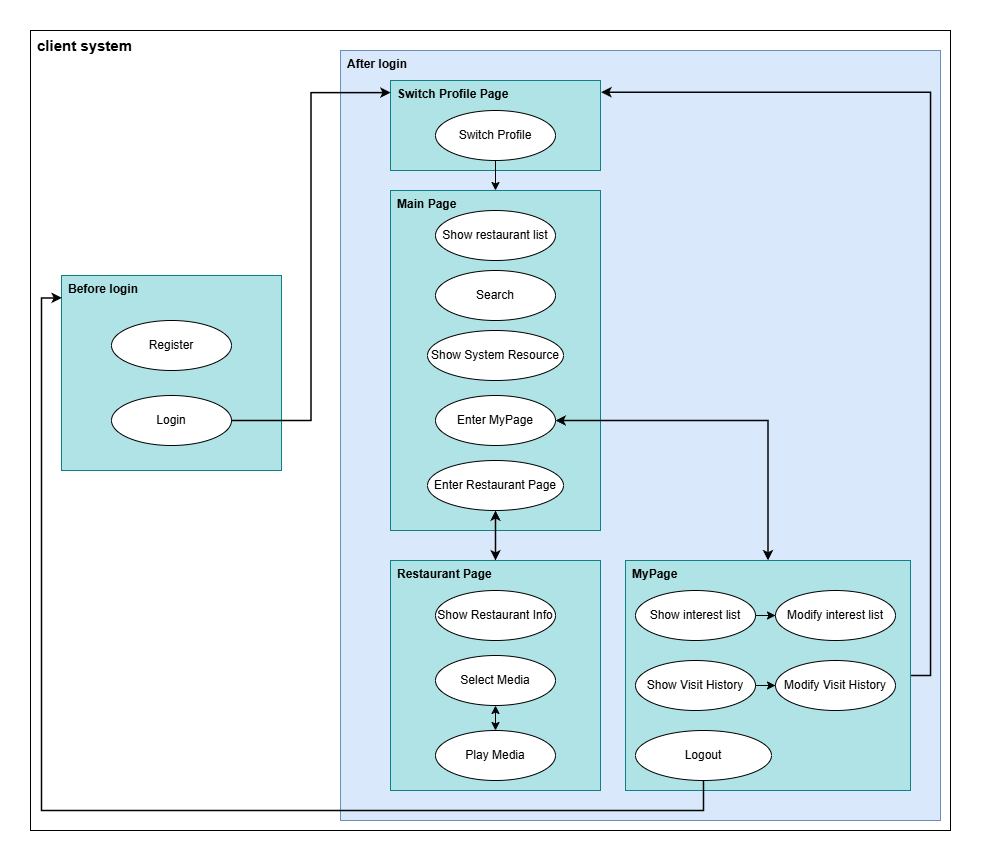
Before: docs/resource/state_diagram.png, a diagram exported from draw.io (KangNaewon/connected-platform). Source tidied: cells renumbered, new cells last; positions are measured from the earlier drawing's top-left corner, leaving out a move shared by most shapes. The source it was exported from:
```xml
<mxGraphModel>
  <root>
    <mxCell id="0" />
    <mxCell id="1" parent="0" />
    <mxCell id="2" value="client system" style="rounded=0;whiteSpace=wrap;html=1;align=left;verticalAlign=top;fontStyle=1;fontSize=15;spacingLeft=5;" parent="1" vertex="1">
      <mxGeometry width="920" height="800" as="geometry" />
    </mxCell>
    <mxCell id="3" value="Before login" style="rounded=0;whiteSpace=wrap;html=1;fontStyle=1;align=left;verticalAlign=top;spacingLeft=5;fillColor=#b0e3e6;strokeColor=#0e8088;" parent="1" vertex="1">
      <mxGeometry x="31" y="245" width="220" height="195" as="geometry" />
    </mxCell>
    <mxCell id="4" value="After login" style="rounded=0;whiteSpace=wrap;html=1;fontStyle=1;align=left;verticalAlign=top;spacingLeft=5;fillColor=#dae8fc;strokeColor=#6c8ebf;" parent="1" vertex="1">
      <mxGeometry x="310" y="20" width="600" height="770" as="geometry" />
    </mxCell>
    <mxCell id="5" value="Switch Profile Page" style="rounded=0;whiteSpace=wrap;html=1;fillColor=#b0e3e6;strokeColor=#0e8088;fontStyle=1;align=left;verticalAlign=top;spacingLeft=5;" parent="1" vertex="1">
      <mxGeometry x="360" y="50" width="210" height="90" as="geometry" />
    </mxCell>
    <mxCell id="6" value="Register" style="ellipse;whiteSpace=wrap;html=1;" parent="1" vertex="1">
      <mxGeometry x="81" y="290" width="120" height="50" as="geometry" />
    </mxCell>
    <mxCell id="7" value="Login" style="ellipse;whiteSpace=wrap;html=1;" parent="1" vertex="1">
      <mxGeometry x="81" y="365" width="120" height="50" as="geometry" />
    </mxCell>
    <mxCell id="8" value="Main Page" style="rounded=0;whiteSpace=wrap;html=1;fillColor=#b0e3e6;strokeColor=#0e8088;fontStyle=1;align=left;verticalAlign=top;spacingLeft=5;" parent="1" vertex="1">
      <mxGeometry x="360" y="160" width="210" height="340" as="geometry" />
    </mxCell>
    <mxCell id="9" value="Show restaurant list" style="ellipse;whiteSpace=wrap;html=1;" parent="1" vertex="1">
      <mxGeometry x="405" y="180" width="120" height="50" as="geometry" />
    </mxCell>
    <mxCell id="10" value="Search" style="ellipse;whiteSpace=wrap;html=1;" parent="1" vertex="1">
      <mxGeometry x="405" y="240" width="120" height="50" as="geometry" />
    </mxCell>
    <mxCell id="11" style="edgeStyle=orthogonalEdgeStyle;rounded=0;jettySize=auto;html=1;entryX=1.003;entryY=0.13;entryDx=0;entryDy=0;strokeColor=#040405;fontColor=#46495D;fillColor=#B2C9AB;strokeWidth=1.5;entryPerimeter=0;" parent="1" edge="1" source="12" target="5">
      <mxGeometry relative="1" as="geometry">
        <Array as="points">
          <mxPoint x="900" y="645" />
          <mxPoint x="900" y="62" />
        </Array>
      </mxGeometry>
    </mxCell>
    <mxCell id="12" value="MyPage" style="rounded=0;whiteSpace=wrap;html=1;fillColor=#b0e3e6;strokeColor=#0e8088;fontStyle=1;align=left;verticalAlign=top;spacingLeft=5;" parent="1" vertex="1">
      <mxGeometry x="595" y="530" width="285" height="230" as="geometry" />
    </mxCell>
    <mxCell id="13" value="Restaurant Page" style="rounded=0;whiteSpace=wrap;html=1;fillColor=#b0e3e6;strokeColor=#0e8088;fontStyle=1;align=left;verticalAlign=top;spacingLeft=5;" parent="1" vertex="1">
      <mxGeometry x="360" y="530" width="210" height="230" as="geometry" />
    </mxCell>
    <mxCell id="14" style="edgeStyle=orthogonalEdgeStyle;rounded=0;jettySize=auto;html=1;strokeColor=#040405;fontColor=#46495D;fillColor=#B2C9AB;" parent="1" edge="1" source="15" target="16">
      <mxGeometry relative="1" as="geometry" />
    </mxCell>
    <mxCell id="15" value="Show interest list" style="ellipse;whiteSpace=wrap;html=1;" parent="1" vertex="1">
      <mxGeometry x="605" y="560" width="120" height="50" as="geometry" />
    </mxCell>
    <mxCell id="16" value="Modify interest list" style="ellipse;whiteSpace=wrap;html=1;" parent="1" vertex="1">
      <mxGeometry x="745" y="560" width="120" height="50" as="geometry" />
    </mxCell>
    <mxCell id="17" value="Enter MyPage" style="ellipse;whiteSpace=wrap;html=1;" parent="1" vertex="1">
      <mxGeometry x="405" y="365" width="120" height="50" as="geometry" />
    </mxCell>
    <mxCell id="18" style="edgeStyle=orthogonalEdgeStyle;rounded=0;jettySize=auto;html=1;entryX=0.5;entryY=0;entryDx=0;entryDy=0;strokeColor=#040405;fontColor=#46495D;fillColor=#B2C9AB;strokeWidth=1.5;startArrow=classic;startFill=1;" parent="1" edge="1" source="19" target="13">
      <mxGeometry relative="1" as="geometry" />
    </mxCell>
    <mxCell id="19" value="Enter Restaurant Page" style="ellipse;whiteSpace=wrap;html=1;" parent="1" vertex="1">
      <mxGeometry x="397" y="430" width="136" height="50" as="geometry" />
    </mxCell>
    <mxCell id="20" style="edgeStyle=orthogonalEdgeStyle;rounded=0;jettySize=auto;html=1;entryX=0.5;entryY=0;entryDx=0;entryDy=0;strokeColor=#040405;fontColor=#46495D;fillColor=#B2C9AB;exitX=1;exitY=0.5;exitDx=0;exitDy=0;strokeWidth=1.5;startArrow=classic;startFill=1;" parent="1" edge="1" source="17" target="12">
      <mxGeometry relative="1" as="geometry" />
    </mxCell>
    <mxCell id="21" value="Show System Resource" style="ellipse;whiteSpace=wrap;html=1;" parent="1" vertex="1">
      <mxGeometry x="397" y="300" width="136" height="50" as="geometry" />
    </mxCell>
    <mxCell id="22" value="Logout" style="ellipse;whiteSpace=wrap;html=1;" parent="1" vertex="1">
      <mxGeometry x="605" y="700" width="136" height="50" as="geometry" />
    </mxCell>
    <mxCell id="23" style="edgeStyle=orthogonalEdgeStyle;rounded=0;jettySize=auto;html=1;entryX=0;entryY=0.5;entryDx=0;entryDy=0;strokeColor=#040405;fontColor=#46495D;fillColor=#B2C9AB;" parent="1" edge="1" source="24" target="26">
      <mxGeometry relative="1" as="geometry" />
    </mxCell>
    <mxCell id="24" value="Show Visit History" style="ellipse;whiteSpace=wrap;html=1;" parent="1" vertex="1">
      <mxGeometry x="605" y="630" width="120" height="50" as="geometry" />
    </mxCell>
    <mxCell id="25" style="edgeStyle=orthogonalEdgeStyle;rounded=0;jettySize=auto;html=1;entryX=0.002;entryY=0.115;entryDx=0;entryDy=0;entryPerimeter=0;strokeColor=#040405;fontColor=#46495D;fillColor=#B2C9AB;strokeWidth=1.5;exitX=0.5;exitY=1;exitDx=0;exitDy=0;" parent="1" edge="1" source="22" target="3">
      <mxGeometry relative="1" as="geometry">
        <Array as="points">
          <mxPoint x="673" y="780" />
          <mxPoint x="11" y="780" />
          <mxPoint x="11" y="267" />
        </Array>
      </mxGeometry>
    </mxCell>
    <mxCell id="26" value="Modify Visit History" style="ellipse;whiteSpace=wrap;html=1;" parent="1" vertex="1">
      <mxGeometry x="745" y="630" width="120" height="50" as="geometry" />
    </mxCell>
    <mxCell id="27" value="Show Restaurant Info" style="ellipse;whiteSpace=wrap;html=1;" parent="1" vertex="1">
      <mxGeometry x="405" y="560" width="120" height="50" as="geometry" />
    </mxCell>
    <mxCell id="28" style="edgeStyle=orthogonalEdgeStyle;rounded=0;jettySize=auto;html=1;entryX=0.5;entryY=0;entryDx=0;entryDy=0;strokeColor=#040405;fontColor=#46495D;fillColor=#B2C9AB;startArrow=classic;startFill=1;" parent="1" edge="1" source="29" target="30">
      <mxGeometry relative="1" as="geometry" />
    </mxCell>
    <mxCell id="29" value="Select Media" style="ellipse;whiteSpace=wrap;html=1;" parent="1" vertex="1">
      <mxGeometry x="405" y="625" width="120" height="50" as="geometry" />
    </mxCell>
    <mxCell id="30" value="Play Media" style="ellipse;whiteSpace=wrap;html=1;" parent="1" vertex="1">
      <mxGeometry x="405" y="700" width="120" height="50" as="geometry" />
    </mxCell>
    <mxCell id="31" style="edgeStyle=orthogonalEdgeStyle;rounded=0;jettySize=auto;html=1;entryX=0.5;entryY=0;entryDx=0;entryDy=0;strokeColor=#040405;fontColor=#46495D;fillColor=#B2C9AB;" parent="1" edge="1" source="32" target="8">
      <mxGeometry relative="1" as="geometry" />
    </mxCell>
    <mxCell id="32" value="Switch Profile" style="ellipse;whiteSpace=wrap;html=1;" parent="1" vertex="1">
      <mxGeometry x="405" y="80" width="120" height="50" as="geometry" />
    </mxCell>
    <mxCell id="33" style="edgeStyle=orthogonalEdgeStyle;rounded=0;jettySize=auto;html=1;entryX=0.001;entryY=0.134;entryDx=0;entryDy=0;entryPerimeter=0;strokeColor=#000000;fontColor=#46495D;fillColor=#B2C9AB;strokeWidth=1.5;" parent="1" edge="1" source="7" target="5">
      <mxGeometry relative="1" as="geometry" />
    </mxCell>
  </root>
</mxGraphModel>
```
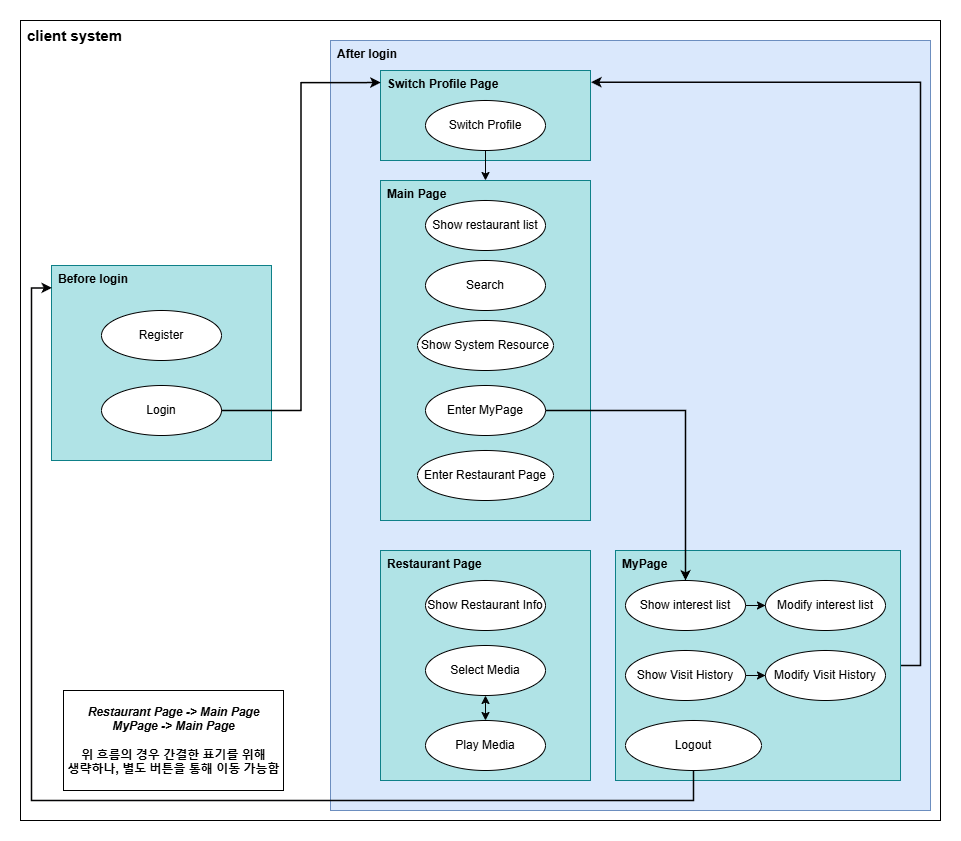
The same file after the commit.

What changed in the source:
```diff
@@ -52,18 +52,18 @@
     <mxCell id="16" value="Modify interest list" style="ellipse;whiteSpace=wrap;html=1;" parent="1" vertex="1">
       <mxGeometry x="745" y="560" width="120" height="50" as="geometry" />
     </mxCell>
+    <mxCell id="34" style="edgeStyle=orthogonalEdgeStyle;rounded=0;jettySize=auto;html=1;entryX=0.5;entryY=0;entryDx=0;entryDy=0;strokeWidth=1.5;" parent="1" edge="1" source="17" target="15">
+      <mxGeometry relative="1" as="geometry" />
+    </mxCell>
     <mxCell id="17" value="Enter MyPage" style="ellipse;whiteSpace=wrap;html=1;" parent="1" vertex="1">
       <mxGeometry x="405" y="365" width="120" height="50" as="geometry" />
     </mxCell>
-    <mxCell id="18" style="edgeStyle=orthogonalEdgeStyle;rounded=0;jettySize=auto;html=1;entryX=0.5;entryY=0;entryDx=0;entryDy=0;strokeColor=#040405;fontColor=#46495D;fillColor=#B2C9AB;strokeWidth=1.5;startArrow=classic;startFill=1;" parent="1" edge="1" source="19" target="13">
-      <mxGeometry relative="1" as="geometry" />
-    </mxCell>
+    <mxCell id="35" style="edgeStyle=orthogonalEdgeStyle;rounded=0;jettySize=auto;html=1;entryX=0.5;entryY=0;entryDx=0;entryDy=0;strokeColor=none;strokeWidth=1.5;" parent="1" edge="1" source="19" target="27">
+      <mxGeometry relative="1" as="geometry" />
+    </mxCell>
     <mxCell id="19" value="Enter Restaurant Page" style="ellipse;whiteSpace=wrap;html=1;" parent="1" vertex="1">
       <mxGeometry x="397" y="430" width="136" height="50" as="geometry" />
     </mxCell>
-    <mxCell id="20" style="edgeStyle=orthogonalEdgeStyle;rounded=0;jettySize=auto;html=1;entryX=0.5;entryY=0;entryDx=0;entryDy=0;strokeColor=#040405;fontColor=#46495D;fillColor=#B2C9AB;exitX=1;exitY=0.5;exitDx=0;exitDy=0;strokeWidth=1.5;startArrow=classic;startFill=1;" parent="1" edge="1" source="17" target="12">
-      <mxGeometry relative="1" as="geometry" />
-    </mxCell>
     <mxCell id="21" value="Show System Resource" style="ellipse;whiteSpace=wrap;html=1;" parent="1" vertex="1">
       <mxGeometry x="397" y="300" width="136" height="50" as="geometry" />
     </mxCell>
@@ -109,5 +109,11 @@
     <mxCell id="33" style="edgeStyle=orthogonalEdgeStyle;rounded=0;jettySize=auto;html=1;entryX=0.001;entryY=0.134;entryDx=0;entryDy=0;entryPerimeter=0;strokeColor=#000000;fontColor=#46495D;fillColor=#B2C9AB;strokeWidth=1.5;" parent="1" edge="1" source="7" target="5">
       <mxGeometry relative="1" as="geometry" />
     </mxCell>
+    <mxCell id="36" style="rounded=0;whiteSpace=wrap;html=1;" parent="1" vertex="1">
+      <mxGeometry x="43" y="670" width="220" height="100" as="geometry" />
+    </mxCell>
+    <mxCell id="37" value="&lt;i&gt;Restaurant Page -&amp;gt; Main Page&lt;br&gt;MyPage -&amp;gt; Main Page&lt;br&gt;&lt;/i&gt;&lt;br&gt;위 흐름의 경우 간결한 표기를 위해 &lt;br&gt;생략하나, 별도 버튼을 통해 이동 가능함" style="text;html=1;align=center;verticalAlign=middle;whiteSpace=wrap;rounded=0;fontStyle=1;" parent="1" vertex="1">
+      <mxGeometry x="40.5" y="705" width="225" height="30" as="geometry" />
+    </mxCell>
   </root>
 </mxGraphModel>
```
